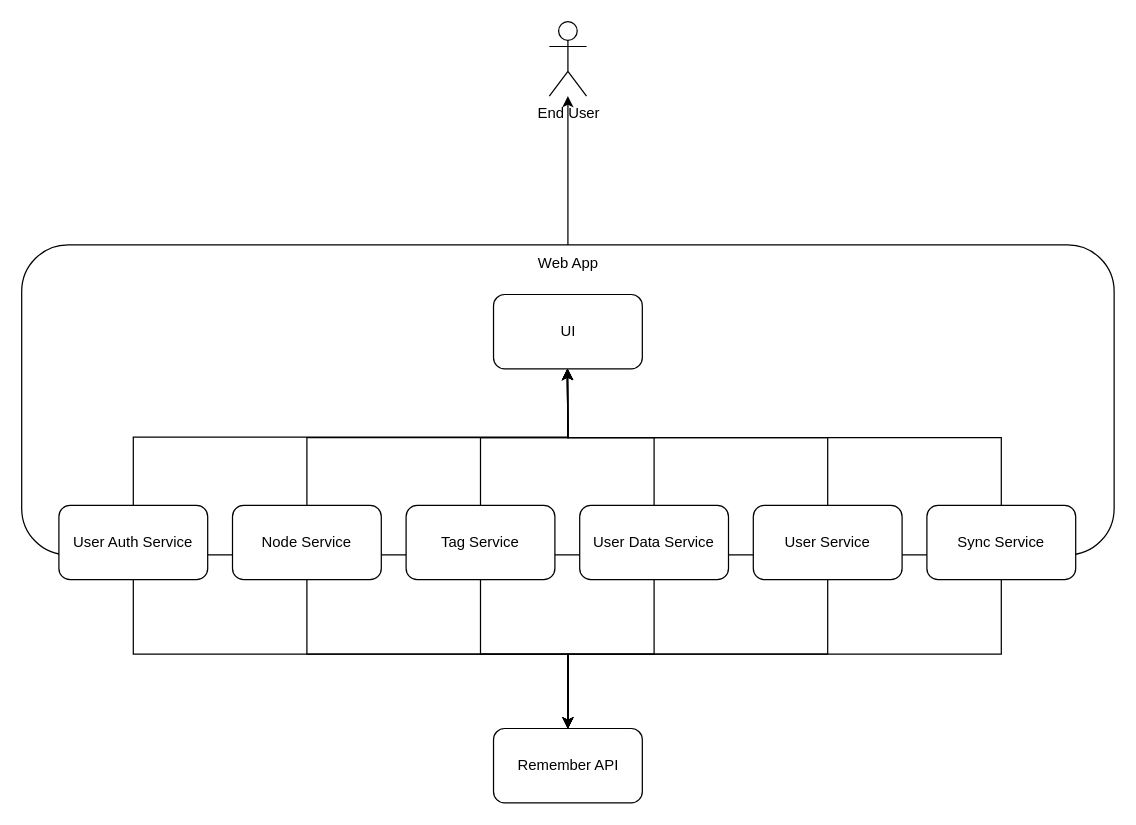
Earlier version of the draw.io diagram docs/front_structure.drawio (TMarekAgh/remember). Source tidied: cells renumbered, new cells numbered last; positions are measured from the earlier drawing's top-left corner, leaving out a move shared by most shapes. Both pictures are drawn from the tidied source at 124%, with x=0, y=0 at pixel (21, 21).
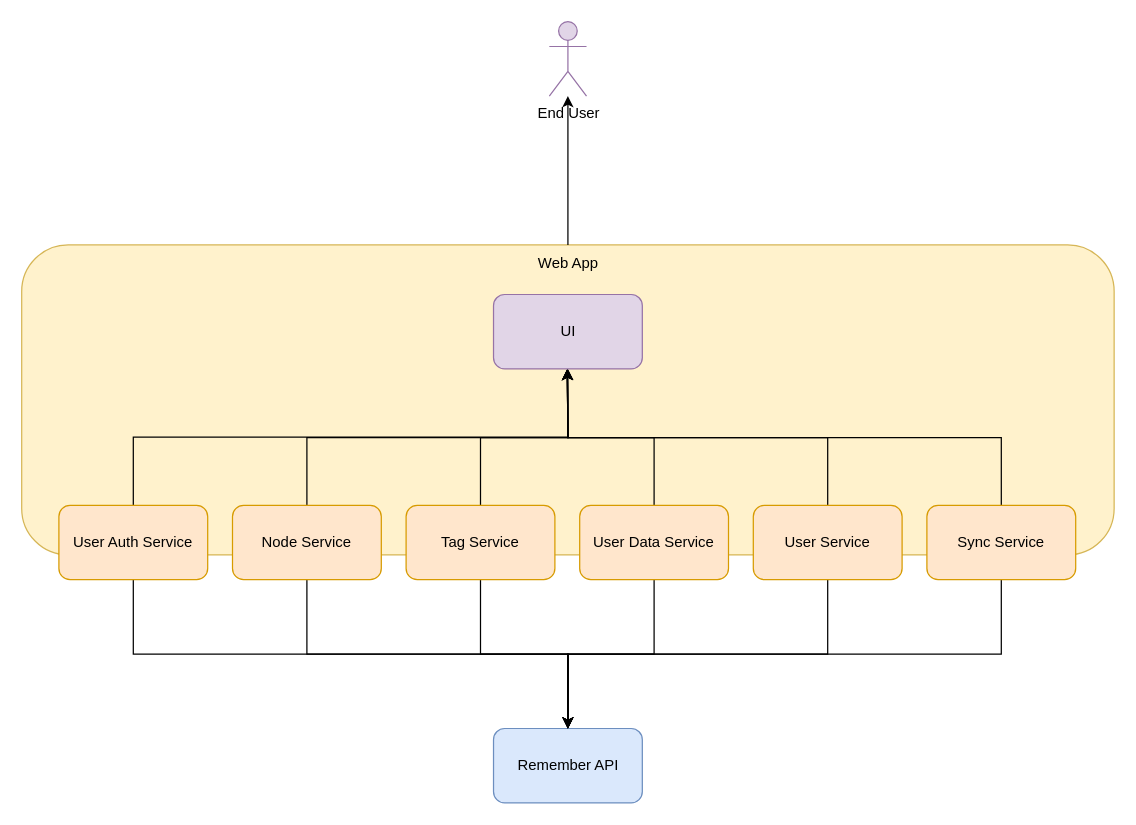
After the change.

Diff of the diagram source:
```diff
@@
-    <mxCell id="2" style="rounded=1;whiteSpace=wrap;html=1;" parent="1" vertex="1">
+    <mxCell id="2" style="rounded=1;whiteSpace=wrap;html=1;fillColor=#fff2cc;strokeColor=#d6b656;" parent="1" vertex="1">
       <mxGeometry y="180" width="881" height="250" as="geometry" />
     </mxCell>
-    <mxCell id="3" value="Remember API" style="rounded=1;whiteSpace=wrap;html=1;" parent="1" vertex="1">
+    <mxCell id="3" value="Remember API" style="rounded=1;whiteSpace=wrap;html=1;fillColor=#dae8fc;strokeColor=#6c8ebf;" parent="1" vertex="1">
       <mxGeometry x="380.5" y="570" width="120" height="60" as="geometry" />
     </mxCell>
@@
-    <mxCell id="7" value="User Auth Service" style="rounded=1;whiteSpace=wrap;html=1;" parent="1" vertex="1">
+    <mxCell id="7" value="User Auth Service" style="rounded=1;whiteSpace=wrap;html=1;fillColor=#ffe6cc;strokeColor=#d79b00;" parent="1" vertex="1">
       <mxGeometry x="30" y="390" width="120" height="60" as="geometry" />
     </mxCell>
@@
-    <mxCell id="10" value="Node Service" style="rounded=1;whiteSpace=wrap;html=1;" parent="1" vertex="1">
+    <mxCell id="10" value="Node Service" style="rounded=1;whiteSpace=wrap;html=1;fillColor=#ffe6cc;strokeColor=#d79b00;" parent="1" vertex="1">
       <mxGeometry x="170" y="390" width="120" height="60" as="geometry" />
     </mxCell>
@@
-    <mxCell id="13" value="Tag Service" style="rounded=1;whiteSpace=wrap;html=1;" parent="1" vertex="1">
+    <mxCell id="13" value="Tag Service" style="rounded=1;whiteSpace=wrap;html=1;fillColor=#ffe6cc;strokeColor=#d79b00;" parent="1" vertex="1">
       <mxGeometry x="310" y="390" width="120" height="60" as="geometry" />
     </mxCell>
@@
-    <mxCell id="16" value="User Data Service" style="rounded=1;whiteSpace=wrap;html=1;" parent="1" vertex="1">
+    <mxCell id="16" value="User Data Service" style="rounded=1;whiteSpace=wrap;html=1;fillColor=#ffe6cc;strokeColor=#d79b00;" parent="1" vertex="1">
       <mxGeometry x="450" y="390" width="120" height="60" as="geometry" />
     </mxCell>
@@
-    <mxCell id="19" value="User Service" style="rounded=1;whiteSpace=wrap;html=1;" parent="1" vertex="1">
+    <mxCell id="19" value="User Service" style="rounded=1;whiteSpace=wrap;html=1;fillColor=#ffe6cc;strokeColor=#d79b00;" parent="1" vertex="1">
       <mxGeometry x="590" y="390" width="120" height="60" as="geometry" />
     </mxCell>
@@
-    <mxCell id="22" value="Sync Service" style="rounded=1;whiteSpace=wrap;html=1;" parent="1" vertex="1">
+    <mxCell id="22" value="Sync Service" style="rounded=1;whiteSpace=wrap;html=1;fillColor=#ffe6cc;strokeColor=#d79b00;" parent="1" vertex="1">
       <mxGeometry x="730" y="390" width="120" height="60" as="geometry" />
     </mxCell>
@@
-    <mxCell id="24" value="UI" style="rounded=1;whiteSpace=wrap;html=1;" parent="1" vertex="1">
+    <mxCell id="24" value="UI" style="rounded=1;whiteSpace=wrap;html=1;fillColor=#e1d5e7;strokeColor=#9673a6;" parent="1" vertex="1">
       <mxGeometry x="380.5" y="220" width="120" height="60" as="geometry" />
     </mxCell>
-    <mxCell id="25" value="End User" style="shape=umlActor;verticalLabelPosition=bottom;verticalAlign=top;html=1;outlineConnect=0;" parent="1" vertex="1">
+    <mxCell id="25" value="End User" style="shape=umlActor;verticalLabelPosition=bottom;verticalAlign=top;html=1;outlineConnect=0;fillColor=#e1d5e7;strokeColor=#9673a6;" parent="1" vertex="1">
       <mxGeometry x="425.5" width="30" height="60" as="geometry" />
     </mxCell>
```
